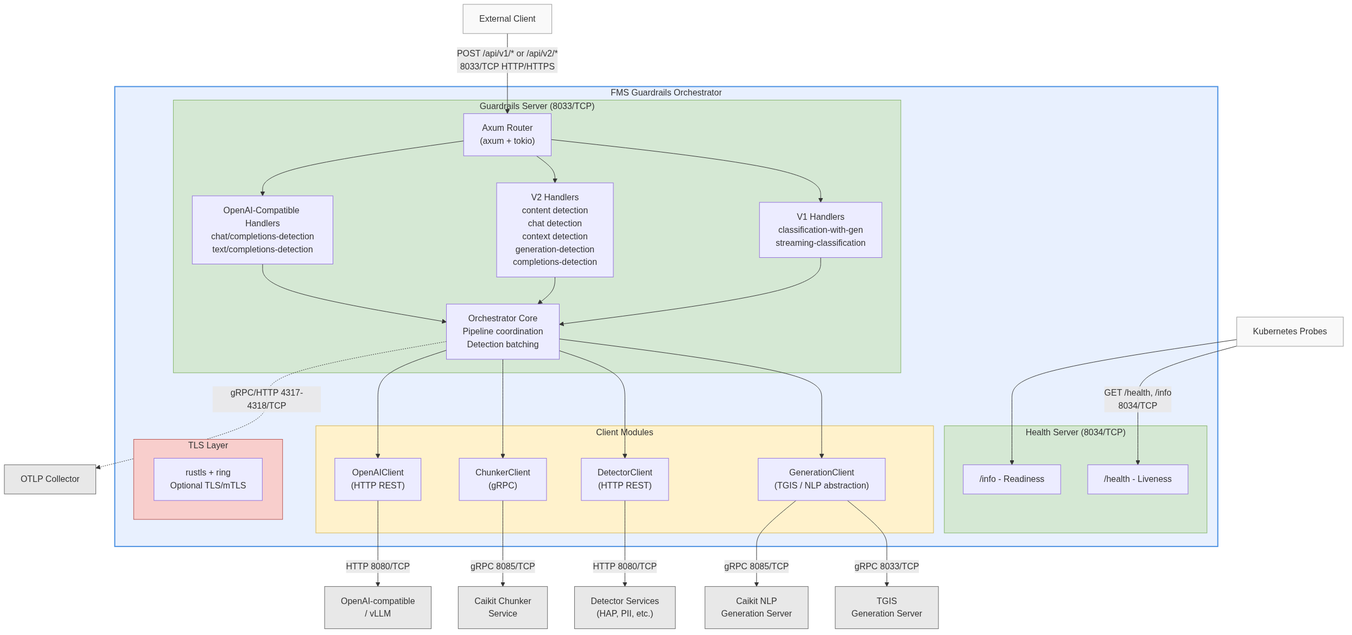
Above: architecture/rhoai.next/diagrams/fms-guardrails-orchestrator-component.png in rhuss/architecture-context (Mermaid), before the change. Its source is kept beside it as architecture/rhoai.next/diagrams/fms-guardrails-orchestrator-component.mmd.
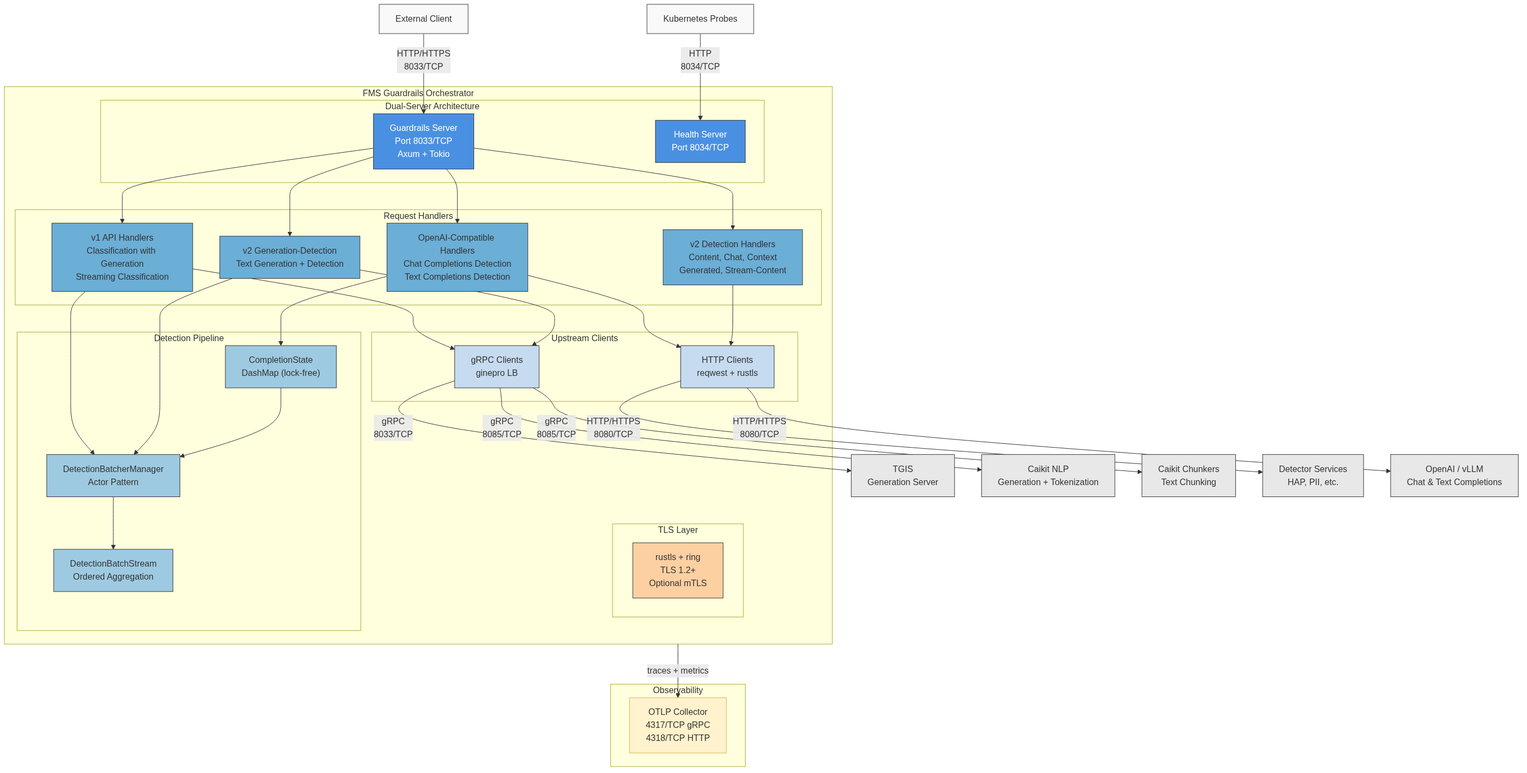
Later version of the same file.

Diff of the diagram source:
```diff
@@ -1,65 +1,79 @@
 graph TB
     subgraph Orchestrator["FMS Guardrails Orchestrator"]
         direction TB
-        subgraph GuardrailsServer["Guardrails Server (8033/TCP)"]
-            AxumRouter["Axum Router<br/>(axum + tokio)"]
-            V1Handlers["V1 Handlers<br/>classification-with-gen<br/>streaming-classification"]
-            V2Handlers["V2 Handlers<br/>content detection<br/>chat detection<br/>context detection<br/>generation-detection<br/>completions-detection"]
-            OpenAIHandlers["OpenAI-Compatible Handlers<br/>chat/completions-detection<br/>text/completions-detection"]
-            OrchestratorCore["Orchestrator Core<br/>Pipeline coordination<br/>Detection batching"]
+        subgraph Servers["Dual-Server Architecture"]
+            GuardrailsServer["Guardrails Server<br/>Port 8033/TCP<br/>Axum + Tokio"]
+            HealthServer["Health Server<br/>Port 8034/TCP"]
         end
 
-        subgraph HealthServer["Health Server (8034/TCP)"]
-            HealthEndpoint["/health - Liveness"]
-            InfoEndpoint["/info - Readiness"]
+        subgraph Handlers["Request Handlers"]
+            V1Handlers["v1 API Handlers<br/>Classification with Generation<br/>Streaming Classification"]
+            V2Detection["v2 Detection Handlers<br/>Content, Chat, Context<br/>Generated, Stream-Content"]
+            V2GenDetect["v2 Generation-Detection<br/>Text Generation + Detection"]
+            OpenAIHandlers["OpenAI-Compatible Handlers<br/>Chat Completions Detection<br/>Text Completions Detection"]
         end
 
-        subgraph Clients["Client Modules"]
-            GenClient["GenerationClient<br/>(TGIS / NLP abstraction)"]
-            DetectorClient["DetectorClient<br/>(HTTP REST)"]
-            ChunkerClient["ChunkerClient<br/>(gRPC)"]
-            OpenAIClient["OpenAIClient<br/>(HTTP REST)"]
+        subgraph Pipeline["Detection Pipeline"]
+            DetectionBatcher["DetectionBatcherManager<br/>Actor Pattern"]
+            CompletionState["CompletionState<br/>DashMap (lock-free)"]
+            DetectionBatchStream["DetectionBatchStream<br/>Ordered Aggregation"]
+        end
+
+        subgraph Clients["Upstream Clients"]
+            GRPCClients["gRPC Clients<br/>ginepro LB"]
+            HTTPClients["HTTP Clients<br/>reqwest + rustls"]
         end
 
         subgraph TLS["TLS Layer"]
-            RustlsTLS["rustls + ring<br/>Optional TLS/mTLS"]
+            RustlsTLS["rustls + ring<br/>TLS 1.2+<br/>Optional mTLS"]
         end
+
+        GuardrailsServer --> V1Handlers
+        GuardrailsServer --> V2Detection
+        GuardrailsServer --> V2GenDetect
+        GuardrailsServer --> OpenAIHandlers
+        V1Handlers --> DetectionBatcher
+        V2GenDetect --> DetectionBatcher
+        OpenAIHandlers --> CompletionState
+        CompletionState --> DetectionBatcher
+        DetectionBatcher --> DetectionBatchStream
+        V1Handlers --> GRPCClients
+        V2GenDetect --> GRPCClients
+        OpenAIHandlers --> HTTPClients
+        V2Detection --> HTTPClients
     end
 
-    Client[External Client] -->|"POST /api/v1/* or /api/v2/*<br/>8033/TCP HTTP/HTTPS"| AxumRouter
-    AxumRouter --> V1Handlers
-    AxumRouter --> V2Handlers
-    AxumRouter --> OpenAIHandlers
-    V1Handlers --> OrchestratorCore
-    V2Handlers --> OrchestratorCore
-    OpenAIHandlers --> OrchestratorCore
+    Client[External Client] -->|HTTP/HTTPS<br/>8033/TCP| GuardrailsServer
+    K8sProbe[Kubernetes Probes] -->|HTTP<br/>8034/TCP| HealthServer
 
-    OrchestratorCore --> GenClient
-    OrchestratorCore --> DetectorClient
-    OrchestratorCore --> ChunkerClient
-    OrchestratorCore --> OpenAIClient
+    GRPCClients -->|gRPC<br/>8033/TCP| TGIS["TGIS<br/>Generation Server"]
+    GRPCClients -->|gRPC<br/>8085/TCP| CaikitNLP["Caikit NLP<br/>Generation + Tokenization"]
+    GRPCClients -->|gRPC<br/>8085/TCP| Chunkers["Caikit Chunkers<br/>Text Chunking"]
+    HTTPClients -->|HTTP/HTTPS<br/>8080/TCP| Detectors["Detector Services<br/>HAP, PII, etc."]
+    HTTPClients -->|HTTP/HTTPS<br/>8080/TCP| OpenAIBackend["OpenAI / vLLM<br/>Chat & Text Completions"]
 
-    GenClient -->|"gRPC 8033/TCP"| TGIS["TGIS<br/>Generation Server"]
-    GenClient -->|"gRPC 8085/TCP"| CaikitNLP["Caikit NLP<br/>Generation Server"]
-    ChunkerClient -->|"gRPC 8085/TCP"| CaikitChunker["Caikit Chunker<br/>Service"]
-    DetectorClient -->|"HTTP 8080/TCP"| Detectors["Detector Services<br/>(HAP, PII, etc.)"]
-    OpenAIClient -->|"HTTP 8080/TCP"| vLLM["OpenAI-compatible<br/>/ vLLM"]
+    subgraph Telemetry["Observability"]
+        OTLPCollector["OTLP Collector<br/>4317/TCP gRPC<br/>4318/TCP HTTP"]
+    end
+    Orchestrator -->|traces + metrics| OTLPCollector
 
-    K8sProbes["Kubernetes Probes"] -->|"GET /health, /info<br/>8034/TCP"| HealthEndpoint
-    K8sProbes --> InfoEndpoint
-
-    OrchestratorCore -.->|"gRPC/HTTP 4317-4318/TCP"| OTLP["OTLP Collector"]
-
-    style Orchestrator fill:#e8f0fe,stroke:#4a90e2,stroke-width:2px
-    style GuardrailsServer fill:#d5e8d4,stroke:#82b366
-    style HealthServer fill:#d5e8d4,stroke:#82b366
-    style Clients fill:#fff2cc,stroke:#d6b656
-    style TLS fill:#f8cecc,stroke:#b85450
-    style Client fill:#f9f9f9,stroke:#999
-    style TGIS fill:#e8e8e8,stroke:#666
-    style CaikitNLP fill:#e8e8e8,stroke:#666
-    style CaikitChunker fill:#e8e8e8,stroke:#666
-    style Detectors fill:#e8e8e8,stroke:#666
-    style vLLM fill:#e8e8e8,stroke:#666
-    style OTLP fill:#e8e8e8,stroke:#666
-    style K8sProbes fill:#f9f9f9,stroke:#999
+    style GuardrailsServer fill:#4a90e2,stroke:#333,color:#fff
+    style HealthServer fill:#4a90e2,stroke:#333,color:#fff
+    style V1Handlers fill:#6baed6,stroke:#333
+    style V2Detection fill:#6baed6,stroke:#333
+    style V2GenDetect fill:#6baed6,stroke:#333
+    style OpenAIHandlers fill:#6baed6,stroke:#333
+    style DetectionBatcher fill:#9ecae1,stroke:#333
+    style CompletionState fill:#9ecae1,stroke:#333
+    style DetectionBatchStream fill:#9ecae1,stroke:#333
+    style GRPCClients fill:#c6dbef,stroke:#333
+    style HTTPClients fill:#c6dbef,stroke:#333
+    style RustlsTLS fill:#fdd0a2,stroke:#333
+    style Client fill:#f9f9f9,stroke:#999,stroke-width:2px
+    style K8sProbe fill:#f9f9f9,stroke:#999,stroke-width:2px
+    style TGIS fill:#e8e8e8,stroke:#333
+    style CaikitNLP fill:#e8e8e8,stroke:#333
+    style Chunkers fill:#e8e8e8,stroke:#333
+    style Detectors fill:#e8e8e8,stroke:#333
+    style OpenAIBackend fill:#e8e8e8,stroke:#333
+    style OTLPCollector fill:#fff2cc,stroke:#d6b656
```
